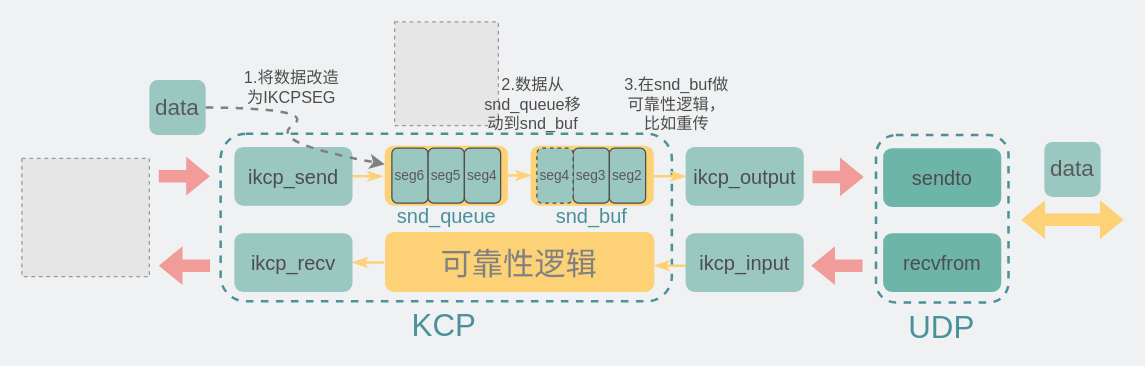
xiaobaiTech/image keeps this draw.io diagram as network/KCP发送流程逻辑.drawio. Above is the earlier version. Source tidied: cells renumbered, new cells numbered last; positions are measured from the earlier drawing's top-left corner, leaving out a move shared by most shapes. Both pictures are drawn from the tidied source at 125%, with x=0, y=0 at pixel (21, 21). Pictures stored in the file or linked from it are replaced by grey dashed boxes.
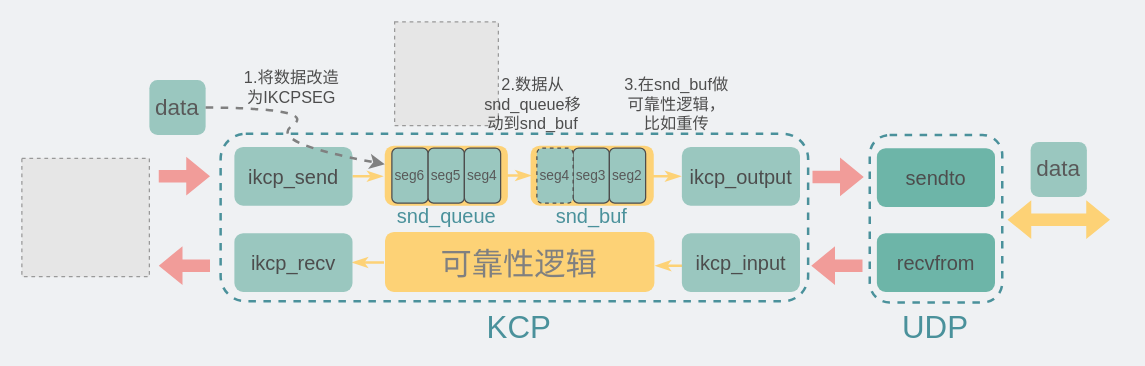
Above is the later version.

Commit message:
更新KCP发送流程逻辑.drawio

Unchanged cells that the change refers to:
```xml
<mxCell id="30" value="&lt;font style=&quot;&quot;&gt;&lt;br&gt;&lt;/font&gt;" style="text;html=1;strokeColor=none;fillColor=#FDD276;align=center;verticalAlign=middle;whiteSpace=wrap;rounded=1;fontColor=#4D4D4D;" parent="1" vertex="1">
  <mxGeometry x="407" y="99" width="98.5" height="48" as="geometry" />
</mxCell>
```

Change to the diagram source:
```diff
@@
     <mxCell id="2" style="rounded=1;whiteSpace=wrap;html=1;fillColor=none;dashed=1;strokeWidth=2;strokeColor=#4A919B;" parent="1" vertex="1">
-      <mxGeometry x="159" y="89.5" width="361" height="134" as="geometry" />
+      <mxGeometry x="159" y="89.5" width="470" height="134" as="geometry" />
     </mxCell>
@@
     <mxCell id="4" style="shape=flexArrow;endArrow=block;startArrow=classic;html=1;rounded=0;fillColor=#FDD276;strokeColor=none;fontColor=#4D4D4D;endFill=0;" parent="1" edge="1">
       <mxGeometry relative="1" as="geometry">
-        <mxPoint x="799" y="158.2" as="sourcePoint" />
-        <mxPoint x="882" y="158.2" as="targetPoint" />
+        <mxPoint x="788" y="158.2" as="sourcePoint" />
+        <mxPoint x="871" y="158.2" as="targetPoint" />
       </mxGeometry>
     </mxCell>
     <mxCell id="5" value="&lt;font style=&quot;font-size: 18px;&quot; color=&quot;#595959&quot;&gt;data&lt;/font&gt;" style="rounded=1;whiteSpace=wrap;html=1;fontColor=#4A919B;fillColor=#9AC7BF;strokeColor=none;" parent="1" vertex="1">
-      <mxGeometry x="818" y="96" width="45" height="44" as="geometry" />
+      <mxGeometry x="807" y="96" width="45" height="44" as="geometry" />
     </mxCell>
@@
     <mxCell id="13" value="&lt;font style=&quot;font-size: 25px;&quot; color=&quot;#4a919b&quot;&gt;KCP&lt;/font&gt;" style="text;html=1;strokeColor=none;fillColor=none;align=center;verticalAlign=middle;whiteSpace=wrap;rounded=0;" parent="1" vertex="1">
-      <mxGeometry x="308" y="227" width="60" height="30" as="geometry" />
+      <mxGeometry x="368" y="228" width="60" height="30" as="geometry" />
     </mxCell>
-    <mxCell id="14" style="edgeStyle=orthogonalEdgeStyle;rounded=0;jettySize=auto;html=1;exitX=0;exitY=0.5;exitDx=0;exitDy=0;strokeWidth=2;endArrow=none;endFill=0;strokeColor=#FDD276;startArrow=classicThin;startFill=1;entryX=1;entryY=0.5;entryDx=0;entryDy=0;" parent="1" edge="1" source="15" target="30">
-      <mxGeometry relative="1" as="geometry" />
+    <mxCell id="14" style="edgeStyle=orthogonalEdgeStyle;rounded=0;orthogonalLoop=1;jettySize=auto;html=1;exitX=0;exitY=0.5;exitDx=0;exitDy=0;strokeWidth=2;endArrow=none;endFill=0;strokeColor=#FDD276;startArrow=classicThin;startFill=1;entryX=1;entryY=0.5;entryDx=0;entryDy=0;" parent="1" edge="1">
+      <mxGeometry relative="1" as="geometry">
+        <mxPoint x="527" y="123.5" as="sourcePoint" />
+        <mxPoint x="501.5" y="123" as="targetPoint" />
+      </mxGeometry>
     </mxCell>
     <mxCell id="15" value="&lt;span style=&quot;font-size: 16px;&quot;&gt;ikcp_output&lt;/span&gt;" style="text;html=1;strokeColor=none;fillColor=#9AC7BF;align=center;verticalAlign=middle;whiteSpace=wrap;rounded=1;fontColor=#4D4D4D;" parent="1" vertex="1">
-      <mxGeometry x="531" y="100" width="94.5" height="47" as="geometry" />
+      <mxGeometry x="528" y="100" width="94.5" height="47" as="geometry" />
     </mxCell>
     <mxCell id="16" style="edgeStyle=orthogonalEdgeStyle;rounded=0;orthogonalLoop=1;jettySize=auto;html=1;strokeWidth=2;endArrow=classicThin;endFill=1;strokeColor=#FDD276;startArrow=none;startFill=0;" parent="1" edge="1">
       <mxGeometry relative="1" as="geometry">
-        <mxPoint x="542.5" y="195" as="sourcePoint" />
-        <mxPoint x="506" y="195.5" as="targetPoint" />
+        <mxPoint x="543.5" y="195" as="sourcePoint" />
+        <mxPoint x="507" y="195.5" as="targetPoint" />
       </mxGeometry>
     </mxCell>
     <mxCell id="17" value="&lt;span style=&quot;font-size: 16px;&quot;&gt;ikcp_input&lt;/span&gt;" style="text;html=1;strokeColor=none;fillColor=#9AC7BF;align=center;verticalAlign=middle;whiteSpace=wrap;rounded=1;fontColor=#4D4D4D;" parent="1" vertex="1">
-      <mxGeometry x="531" y="169" width="94.5" height="47" as="geometry" />
+      <mxGeometry x="528" y="169" width="94.5" height="47" as="geometry" />
     </mxCell>
     <mxCell id="18" style="rounded=1;whiteSpace=wrap;html=1;fillColor=none;dashed=1;strokeWidth=2;strokeColor=#4A919B;" parent="1" vertex="1">
-      <mxGeometry x="683.3" y="90.5" width="106" height="134" as="geometry" />
+      <mxGeometry x="678.3" y="90.5" width="106" height="134" as="geometry" />
     </mxCell>
     <mxCell id="19" value="&lt;span style=&quot;font-size: 16px;&quot;&gt;sendto&lt;/span&gt;" style="text;html=1;strokeColor=none;fillColor=#6DB5A8;align=center;verticalAlign=middle;whiteSpace=wrap;rounded=1;fontColor=#4D4D4D;" parent="1" vertex="1">
-      <mxGeometry x="689" y="101" width="94.5" height="47" as="geometry" />
+      <mxGeometry x="684" y="101" width="94.5" height="47" as="geometry" />
     </mxCell>
     <mxCell id="20" value="&lt;span style=&quot;font-size: 16px;&quot;&gt;recvfrom&lt;/span&gt;" style="text;html=1;strokeColor=none;fillColor=#6DB5A8;align=center;verticalAlign=middle;whiteSpace=wrap;rounded=1;fontColor=#4D4D4D;" parent="1" vertex="1">
-      <mxGeometry x="689" y="169" width="94.5" height="47" as="geometry" />
+      <mxGeometry x="684" y="169" width="94.5" height="47" as="geometry" />
     </mxCell>
@@
     <mxCell id="23" value="&lt;font style=&quot;font-size: 25px;&quot; color=&quot;#4a919b&quot;&gt;UDP&lt;/font&gt;" style="text;html=1;strokeColor=none;fillColor=none;align=center;verticalAlign=middle;whiteSpace=wrap;rounded=0;" parent="1" vertex="1">
-      <mxGeometry x="706.2" y="228" width="60" height="30" as="geometry" />
+      <mxGeometry x="701.2" y="228" width="60" height="30" as="geometry" />
     </mxCell>
```
